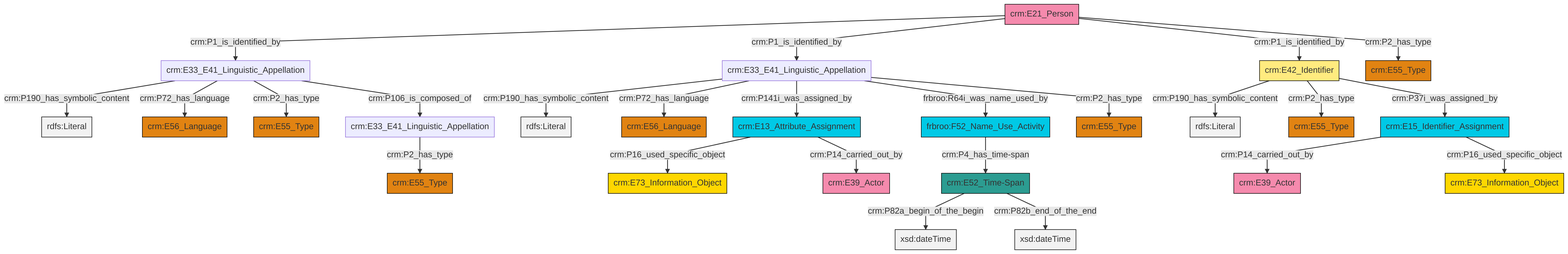
swiss-art-research-net/reference-data-models keeps this Mermaid diagram as et/personCSV/ttl/mmd/png/Person_Names_and_Classification.png. Above is the earlier version. Its source is kept beside it as et/personCSV/ttl/mmd/Person_Names_and_Classification.ttl.mmd.
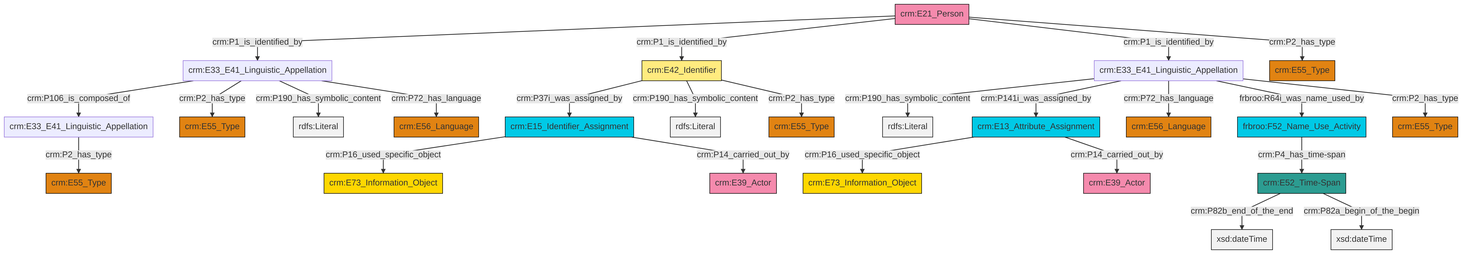
The same diagram one commit later.

What changed in the source:
```diff
@@ -13,27 +13,27 @@
 classDef PC_Classes fill:#4ce600, stroke:#000000;
 classDef Multi fill:#cccccc,stroke:#000000;
 
-0["crm:E13_Attribute_Assignment"]:::Temporal_Entity -->|crm:P16_used_specific_object| 1["crm:E73_Information_Object"]:::Conceptual_Object
-4["crm:E21_Person"]:::Actor -->|crm:P1_is_identified_by| 5["crm:E33_E41_Linguistic_Appellation"]:::Default
-6["crm:E33_E41_Linguistic_Appellation"]:::Default -->|crm:P190_has_symbolic_content| 7[rdfs:Literal]:::Literal
-4["crm:E21_Person"]:::Actor -->|crm:P1_is_identified_by| 6["crm:E33_E41_Linguistic_Appellation"]:::Default
-5["crm:E33_E41_Linguistic_Appellation"]:::Default -->|crm:P190_has_symbolic_content| 19[rdfs:Literal]:::Literal
-6["crm:E33_E41_Linguistic_Appellation"]:::Default -->|crm:P72_has_language| 20["crm:E56_Language"]:::Type
-15["crm:E52_Time-Span"]:::Time-Span -->|crm:P82a_begin_of_the_begin| 22[xsd:dateTime]:::Literal
-4["crm:E21_Person"]:::Actor -->|crm:P1_is_identified_by| 17["crm:E42_Identifier"]:::Appellation
-0["crm:E13_Attribute_Assignment"]:::Temporal_Entity -->|crm:P14_carried_out_by| 8["crm:E39_Actor"]:::Actor
-6["crm:E33_E41_Linguistic_Appellation"]:::Default -->|crm:P141i_was_assigned_by| 0["crm:E13_Attribute_Assignment"]:::Temporal_Entity
-13["crm:E33_E41_Linguistic_Appellation"]:::Default -->|crm:P2_has_type| 10["crm:E55_Type"]:::Type
-30["frbroo:F52_Name_Use_Activity"]:::Temporal_Entity -->|crm:P4_has_time-span| 15["crm:E52_Time-Span"]:::Time-Span
-6["crm:E33_E41_Linguistic_Appellation"]:::Default -->|frbroo:R64i_was_name_used_by| 30["frbroo:F52_Name_Use_Activity"]:::Temporal_Entity
-23["crm:E15_Identifier_Assignment"]:::Temporal_Entity -->|crm:P14_carried_out_by| 2["crm:E39_Actor"]:::Actor
-6["crm:E33_E41_Linguistic_Appellation"]:::Default -->|crm:P2_has_type| 33["crm:E55_Type"]:::Type
-4["crm:E21_Person"]:::Actor -->|crm:P2_has_type| 38["crm:E55_Type"]:::Type
-17["crm:E42_Identifier"]:::Appellation -->|crm:P190_has_symbolic_content| 42[rdfs:Literal]:::Literal
-17["crm:E42_Identifier"]:::Appellation -->|crm:P2_has_type| 43["crm:E55_Type"]:::Type
-23["crm:E15_Identifier_Assignment"]:::Temporal_Entity -->|crm:P16_used_specific_object| 25["crm:E73_Information_Object"]:::Conceptual_Object
-5["crm:E33_E41_Linguistic_Appellation"]:::Default -->|crm:P72_has_language| 28["crm:E56_Language"]:::Type
-17["crm:E42_Identifier"]:::Appellation -->|crm:P37i_was_assigned_by| 23["crm:E15_Identifier_Assignment"]:::Temporal_Entity
-15["crm:E52_Time-Span"]:::Time-Span -->|crm:P82b_end_of_the_end| 45[xsd:dateTime]:::Literal
-5["crm:E33_E41_Linguistic_Appellation"]:::Default -->|crm:P2_has_type| 36["crm:E55_Type"]:::Type
-5["crm:E33_E41_Linguistic_Appellation"]:::Default -->|crm:P106_is_composed_of| 13["crm:E33_E41_Linguistic_Appellation"]:::Default
+2["crm:E33_E41_Linguistic_Appellation"]:::Default -->|crm:P190_has_symbolic_content| 3[rdfs:Literal]:::Literal
+4["crm:E42_Identifier"]:::Appellation -->|crm:P37i_was_assigned_by| 5["crm:E15_Identifier_Assignment"]:::Temporal_Entity
+8["crm:E33_E41_Linguistic_Appellation"]:::Default -->|crm:P2_has_type| 9["crm:E55_Type"]:::Type
+10["crm:E52_Time-Span"]:::Time-Span -->|crm:P82b_end_of_the_end| 11[xsd:dateTime]:::Literal
+12["crm:E13_Attribute_Assignment"]:::Temporal_Entity -->|crm:P16_used_specific_object| 0["crm:E73_Information_Object"]:::Conceptual_Object
+12["crm:E13_Attribute_Assignment"]:::Temporal_Entity -->|crm:P14_carried_out_by| 15["crm:E39_Actor"]:::Actor
+21["crm:E33_E41_Linguistic_Appellation"]:::Default -->|crm:P106_is_composed_of| 8["crm:E33_E41_Linguistic_Appellation"]:::Default
+2["crm:E33_E41_Linguistic_Appellation"]:::Default -->|crm:P141i_was_assigned_by| 12["crm:E13_Attribute_Assignment"]:::Temporal_Entity
+2["crm:E33_E41_Linguistic_Appellation"]:::Default -->|crm:P72_has_language| 27["crm:E56_Language"]:::Type
+21["crm:E33_E41_Linguistic_Appellation"]:::Default -->|crm:P2_has_type| 25["crm:E55_Type"]:::Type
+16["crm:E21_Person"]:::Actor -->|crm:P1_is_identified_by| 21["crm:E33_E41_Linguistic_Appellation"]:::Default
+16["crm:E21_Person"]:::Actor -->|crm:P1_is_identified_by| 4["crm:E42_Identifier"]:::Appellation
+10["crm:E52_Time-Span"]:::Time-Span -->|crm:P82a_begin_of_the_begin| 31[xsd:dateTime]:::Literal
+5["crm:E15_Identifier_Assignment"]:::Temporal_Entity -->|crm:P16_used_specific_object| 6["crm:E73_Information_Object"]:::Conceptual_Object
+21["crm:E33_E41_Linguistic_Appellation"]:::Default -->|crm:P190_has_symbolic_content| 35[rdfs:Literal]:::Literal
+21["crm:E33_E41_Linguistic_Appellation"]:::Default -->|crm:P72_has_language| 18["crm:E56_Language"]:::Type
+5["crm:E15_Identifier_Assignment"]:::Temporal_Entity -->|crm:P14_carried_out_by| 29["crm:E39_Actor"]:::Actor
+4["crm:E42_Identifier"]:::Appellation -->|crm:P190_has_symbolic_content| 39[rdfs:Literal]:::Literal
+2["crm:E33_E41_Linguistic_Appellation"]:::Default -->|frbroo:R64i_was_name_used_by| 41["frbroo:F52_Name_Use_Activity"]:::Temporal_Entity
+16["crm:E21_Person"]:::Actor -->|crm:P1_is_identified_by| 2["crm:E33_E41_Linguistic_Appellation"]:::Default
+4["crm:E42_Identifier"]:::Appellation -->|crm:P2_has_type| 23["crm:E55_Type"]:::Type
+16["crm:E21_Person"]:::Actor -->|crm:P2_has_type| 32["crm:E55_Type"]:::Type
+41["frbroo:F52_Name_Use_Activity"]:::Temporal_Entity -->|crm:P4_has_time-span| 10["crm:E52_Time-Span"]:::Time-Span
+2["crm:E33_E41_Linguistic_Appellation"]:::Default -->|crm:P2_has_type| 36["crm:E55_Type"]:::Type
```
